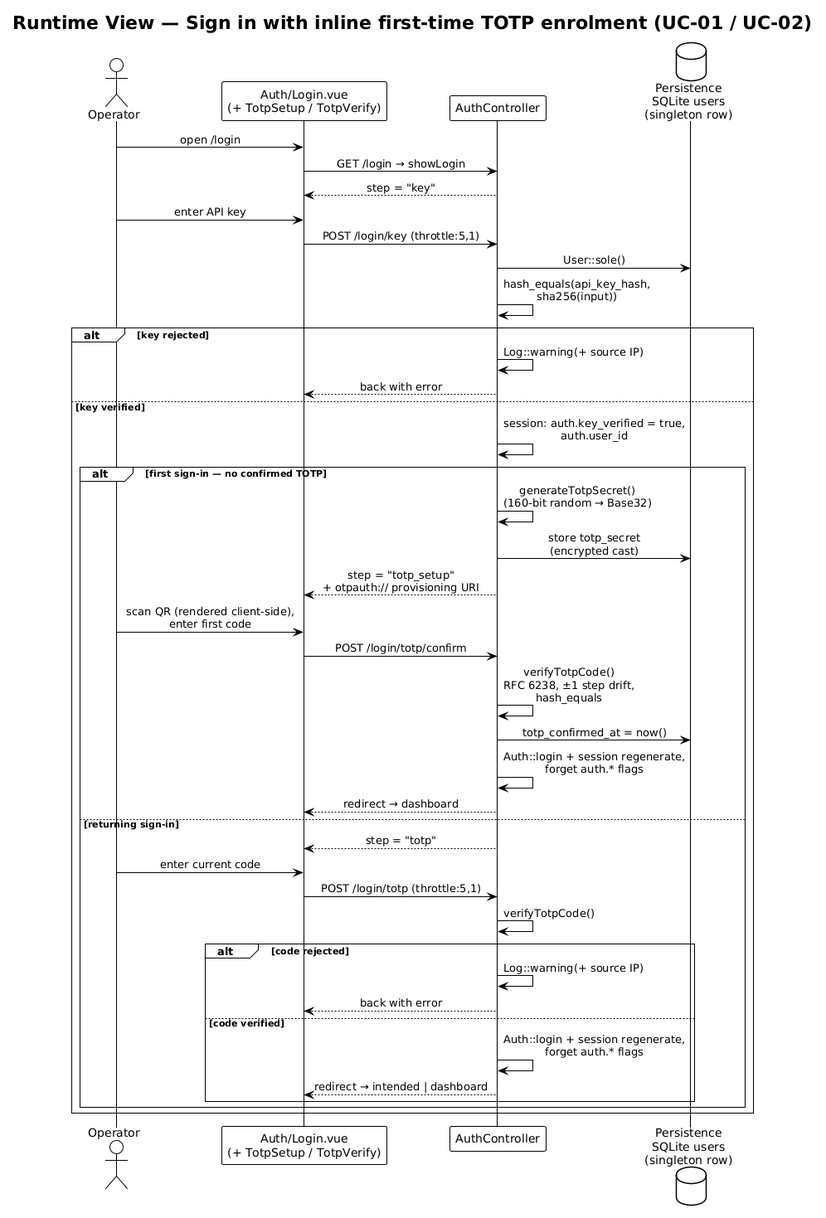
Above: docs/arch/diagrams-png/a06-sign-in.png in carstenlucke/herold (PlantUML), before the change.
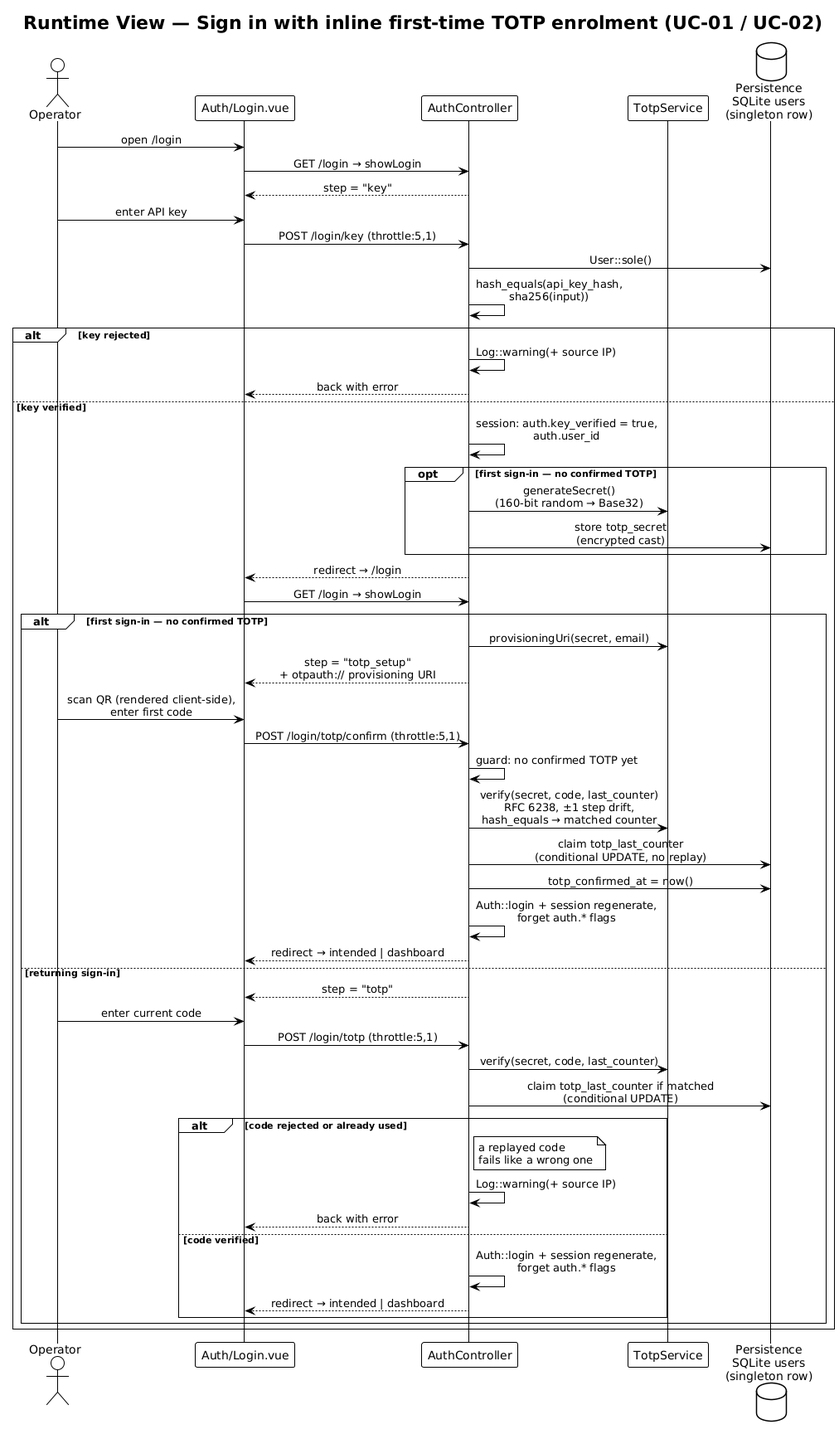
Later version of the same file.

Change to the diagram source:
```diff
@@ -5,8 +5,9 @@
 title Runtime View — Sign in with inline first-time TOTP enrolment (UC-01 / UC-02)
 
 actor Operator as op
-participant "Auth/Login.vue\n(+ TotpSetup / TotpVerify)" as ui
+participant "Auth/Login.vue" as ui
 participant "AuthController" as auth
+participant "TotpService" as totp
 database "Persistence\nSQLite users\n(singleton row)" as db
 
 op -> ui : open /login
@@ -23,22 +24,31 @@
   auth --> ui : back with error
 else key verified
   auth -> auth : session: auth.key_verified = true,\nauth.user_id
+  opt first sign-in — no confirmed TOTP
+    auth -> totp : generateSecret()\n(160-bit random → Base32)
+    auth -> db : store totp_secret\n(encrypted cast)
+  end
+  auth --> ui : redirect → /login
+  ui -> auth : GET /login → showLogin
   alt first sign-in — no confirmed TOTP
-    auth -> auth : generateTotpSecret()\n(160-bit random → Base32)
-    auth -> db : store totp_secret\n(encrypted cast)
+    auth -> totp : provisioningUri(secret, email)
     auth --> ui : step = "totp_setup"\n+ otpauth:// provisioning URI
     op -> ui : scan QR (rendered client-side),\nenter first code
-    ui -> auth : POST /login/totp/confirm
-    auth -> auth : verifyTotpCode()\nRFC 6238, ±1 step drift,\nhash_equals
+    ui -> auth : POST /login/totp/confirm (throttle:5,1)
+    auth -> auth : guard: no confirmed TOTP yet
+    auth -> totp : verify(secret, code, last_counter)\nRFC 6238, ±1 step drift,\nhash_equals → matched counter
+    auth -> db : claim totp_last_counter\n(conditional UPDATE, no replay)
     auth -> db : totp_confirmed_at = now()
     auth -> auth : Auth::login + session regenerate,\nforget auth.* flags
-    auth --> ui : redirect → dashboard
+    auth --> ui : redirect → intended | dashboard
   else returning sign-in
     auth --> ui : step = "totp"
     op -> ui : enter current code
     ui -> auth : POST /login/totp (throttle:5,1)
-    auth -> auth : verifyTotpCode()
-    alt code rejected
+    auth -> totp : verify(secret, code, last_counter)
+    auth -> db : claim totp_last_counter if matched\n(conditional UPDATE)
+    alt code rejected or already used
+      note right of auth : a replayed code\nfails like a wrong one
       auth -> auth : Log::warning(+ source IP)
       auth --> ui : back with error
     else code verified
```
